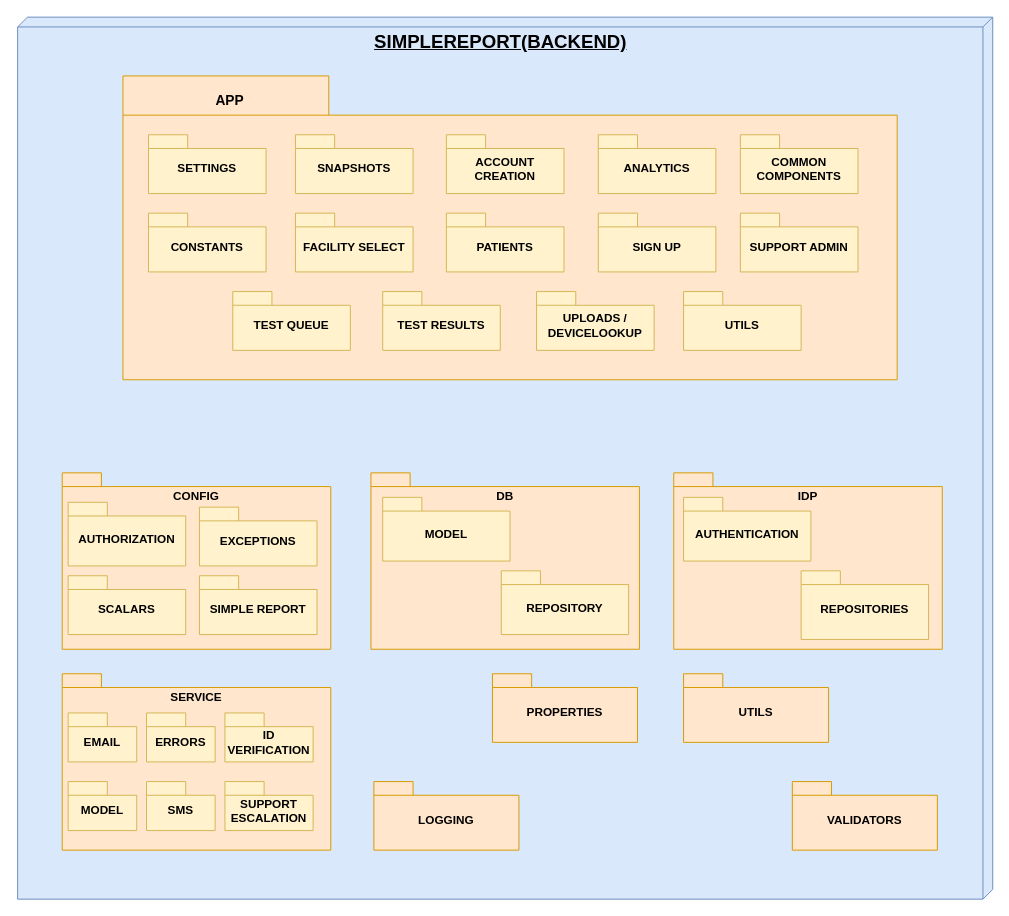
VictorSoler05/DRAW_IO keeps this draw.io diagram as VISTA DE DESARROLLO AISS FRONT.drawio. Above is the earlier version. Source tidied: cells renumbered, new cells numbered last; positions are measured from the earlier drawing's top-left corner, leaving out a move shared by most shapes. Both pictures are drawn from the tidied source at 98%, with x=0, y=0 at pixel (17, 17).
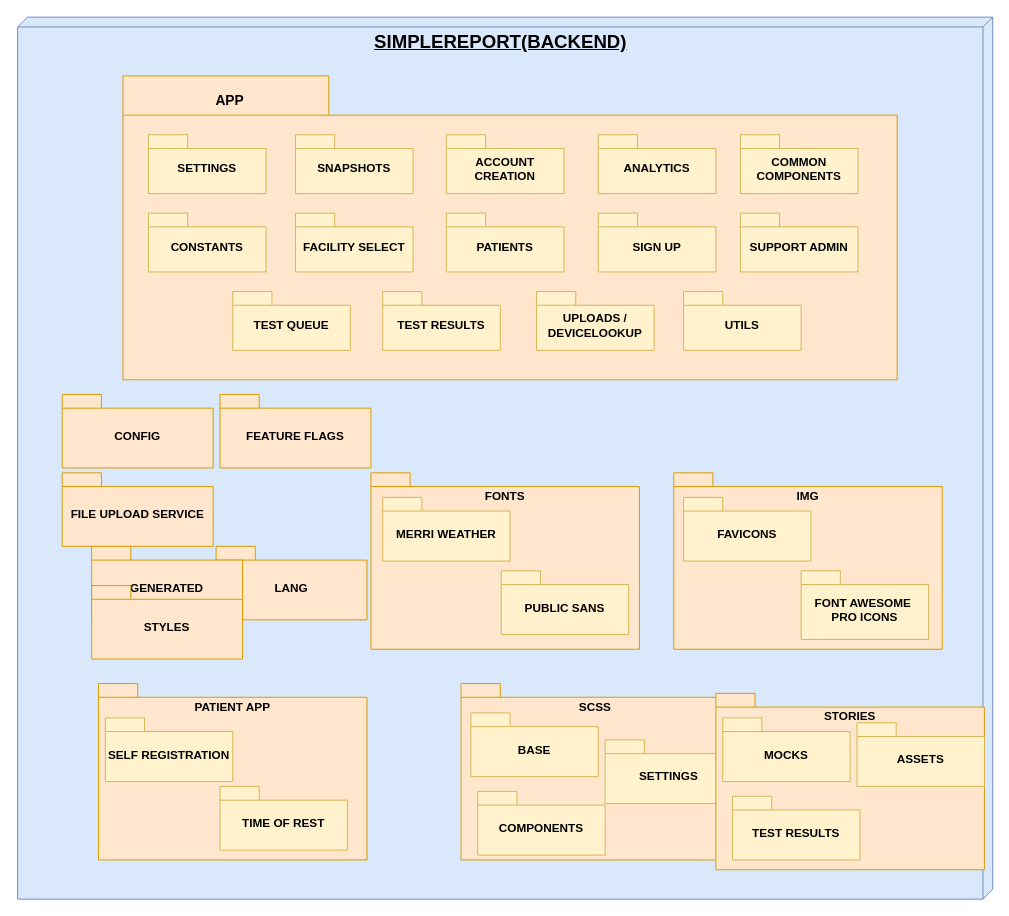
The same diagram, later.

What changed in the source:
```diff
@@
-    <mxCell id="3" value="LOGGING" style="shape=folder;fontStyle=1;spacingTop=10;tabWidth=40;tabHeight=14;tabPosition=left;html=1;whiteSpace=wrap;verticalAlign=middle;fillColor=#ffe6cc;strokeColor=#d79b00;" parent="1" vertex="1">
-      <mxGeometry x="364" y="780" width="148" height="70" as="geometry" />
-    </mxCell>
-    <mxCell id="4" value="IDP" style="shape=folder;fontStyle=1;spacingTop=10;tabWidth=40;tabHeight=14;tabPosition=left;html=1;whiteSpace=wrap;verticalAlign=top;fillColor=#ffe6cc;strokeColor=#d79b00;" parent="1" vertex="1">
+    <mxCell id="4" value="IMG" style="shape=folder;fontStyle=1;spacingTop=10;tabWidth=40;tabHeight=14;tabPosition=left;html=1;whiteSpace=wrap;verticalAlign=top;fillColor=#ffe6cc;strokeColor=#d79b00;" parent="1" vertex="1">
       <mxGeometry x="670" y="465" width="274" height="180" as="geometry" />
     </mxCell>
-    <mxCell id="5" value="DB" style="shape=folder;fontStyle=1;spacingTop=10;tabWidth=40;tabHeight=14;tabPosition=left;html=1;whiteSpace=wrap;verticalAlign=top;fillColor=#ffe6cc;strokeColor=#d79b00;" parent="1" vertex="1">
+    <mxCell id="5" value="FONTS" style="shape=folder;fontStyle=1;spacingTop=10;tabWidth=40;tabHeight=14;tabPosition=left;html=1;whiteSpace=wrap;verticalAlign=top;fillColor=#ffe6cc;strokeColor=#d79b00;" parent="1" vertex="1">
       <mxGeometry x="361" y="465" width="274" height="180" as="geometry" />
     </mxCell>
-    <mxCell id="6" value="CONFIG" style="shape=folder;fontStyle=1;spacingTop=10;tabWidth=40;tabHeight=14;tabPosition=left;html=1;whiteSpace=wrap;verticalAlign=top;fillColor=#ffe6cc;strokeColor=#d79b00;" parent="1" vertex="1">
-      <mxGeometry x="46" y="465" width="274" height="180" as="geometry" />
+    <mxCell id="6" value="CONFIG" style="shape=folder;fontStyle=1;spacingTop=10;tabWidth=40;tabHeight=14;tabPosition=left;html=1;whiteSpace=wrap;verticalAlign=middle;fillColor=#ffe6cc;strokeColor=#d79b00;" parent="1" vertex="1">
+      <mxGeometry x="46" y="385" width="154" height="75" as="geometry" />
     </mxCell>
@@
-    <mxCell id="8" value="SERVICE" style="shape=folder;fontStyle=1;spacingTop=10;tabWidth=40;tabHeight=14;tabPosition=left;html=1;whiteSpace=wrap;verticalAlign=top;fillColor=#ffe6cc;strokeColor=#d79b00;" parent="1" vertex="1">
-      <mxGeometry x="46" y="670" width="274" height="180" as="geometry" />
-    </mxCell>
-    <mxCell id="9" value="EMAIL" style="shape=folder;fontStyle=1;spacingTop=10;tabWidth=40;tabHeight=14;tabPosition=left;html=1;whiteSpace=wrap;fillColor=#fff2cc;strokeColor=#d6b656;" parent="1" vertex="1">
-      <mxGeometry x="52" y="710" width="70" height="50" as="geometry" />
-    </mxCell>
-    <mxCell id="10" value="ERRORS" style="shape=folder;fontStyle=1;spacingTop=10;tabWidth=40;tabHeight=14;tabPosition=left;html=1;whiteSpace=wrap;fillColor=#fff2cc;strokeColor=#d6b656;" parent="1" vertex="1">
-      <mxGeometry x="132" y="710" width="70" height="50" as="geometry" />
-    </mxCell>
-    <mxCell id="11" value="ID VERIFICATION" style="shape=folder;fontStyle=1;spacingTop=10;tabWidth=40;tabHeight=14;tabPosition=left;html=1;whiteSpace=wrap;fillColor=#fff2cc;strokeColor=#d6b656;" parent="1" vertex="1">
-      <mxGeometry x="212" y="710" width="90" height="50" as="geometry" />
-    </mxCell>
-    <mxCell id="12" value="MODEL" style="shape=folder;fontStyle=1;spacingTop=10;tabWidth=40;tabHeight=14;tabPosition=left;html=1;whiteSpace=wrap;fillColor=#fff2cc;strokeColor=#d6b656;" parent="1" vertex="1">
-      <mxGeometry x="52" y="780" width="70" height="50" as="geometry" />
-    </mxCell>
-    <mxCell id="13" value="SMS" style="shape=folder;fontStyle=1;spacingTop=10;tabWidth=40;tabHeight=14;tabPosition=left;html=1;whiteSpace=wrap;fillColor=#fff2cc;strokeColor=#d6b656;" parent="1" vertex="1">
-      <mxGeometry x="132" y="780" width="70" height="50" as="geometry" />
-    </mxCell>
-    <mxCell id="14" value="SUPPORT ESCALATION" style="shape=folder;fontStyle=1;spacingTop=10;tabWidth=40;tabHeight=14;tabPosition=left;html=1;whiteSpace=wrap;fillColor=#fff2cc;strokeColor=#d6b656;" parent="1" vertex="1">
-      <mxGeometry x="212" y="780" width="90" height="50" as="geometry" />
-    </mxCell>
-    <mxCell id="15" value="AUTHENTICATION" style="shape=folder;fontStyle=1;spacingTop=10;tabWidth=40;tabHeight=14;tabPosition=left;html=1;whiteSpace=wrap;fillColor=#fff2cc;strokeColor=#d6b656;" parent="1" vertex="1">
+    <mxCell id="15" value="FAVICONS" style="shape=folder;fontStyle=1;spacingTop=10;tabWidth=40;tabHeight=14;tabPosition=left;html=1;whiteSpace=wrap;fillColor=#fff2cc;strokeColor=#d6b656;" parent="1" vertex="1">
       <mxGeometry x="680" y="490" width="130" height="65" as="geometry" />
     </mxCell>
-    <mxCell id="16" value="REPOSITORIES" style="shape=folder;fontStyle=1;spacingTop=10;tabWidth=40;tabHeight=14;tabPosition=left;html=1;whiteSpace=wrap;fillColor=#fff2cc;strokeColor=#d6b656;" parent="1" vertex="1">
+    <mxCell id="16" value="FONT AWESOME&amp;nbsp; PRO ICONS" style="shape=folder;fontStyle=1;spacingTop=10;tabWidth=40;tabHeight=14;tabPosition=left;html=1;whiteSpace=wrap;fillColor=#fff2cc;strokeColor=#d6b656;" parent="1" vertex="1">
       <mxGeometry x="800" y="565" width="130" height="70" as="geometry" />
     </mxCell>
-    <mxCell id="17" value="REPOSITORY" style="shape=folder;fontStyle=1;spacingTop=10;tabWidth=40;tabHeight=14;tabPosition=left;html=1;whiteSpace=wrap;fillColor=#fff2cc;strokeColor=#d6b656;" parent="1" vertex="1">
+    <mxCell id="17" value="PUBLIC SANS" style="shape=folder;fontStyle=1;spacingTop=10;tabWidth=40;tabHeight=14;tabPosition=left;html=1;whiteSpace=wrap;fillColor=#fff2cc;strokeColor=#d6b656;" parent="1" vertex="1">
       <mxGeometry x="494" y="565" width="130" height="65" as="geometry" />
     </mxCell>
-    <mxCell id="18" value="MODEL" style="shape=folder;fontStyle=1;spacingTop=10;tabWidth=40;tabHeight=14;tabPosition=left;html=1;whiteSpace=wrap;fillColor=#fff2cc;strokeColor=#d6b656;" parent="1" vertex="1">
+    <mxCell id="18" value="MERRI WEATHER" style="shape=folder;fontStyle=1;spacingTop=10;tabWidth=40;tabHeight=14;tabPosition=left;html=1;whiteSpace=wrap;fillColor=#fff2cc;strokeColor=#d6b656;" parent="1" vertex="1">
       <mxGeometry x="373" y="490" width="130" height="65" as="geometry" />
     </mxCell>
-    <mxCell id="19" value="AUTHORIZATION" style="shape=folder;fontStyle=1;spacingTop=10;tabWidth=40;tabHeight=14;tabPosition=left;html=1;whiteSpace=wrap;fillColor=#fff2cc;strokeColor=#d6b656;" parent="1" vertex="1">
-      <mxGeometry x="52" y="495" width="120" height="65" as="geometry" />
-    </mxCell>
-    <mxCell id="20" value="SCALARS" style="shape=folder;fontStyle=1;spacingTop=10;tabWidth=40;tabHeight=14;tabPosition=left;html=1;whiteSpace=wrap;fillColor=#fff2cc;strokeColor=#d6b656;" parent="1" vertex="1">
-      <mxGeometry x="52" y="570" width="120" height="60" as="geometry" />
-    </mxCell>
-    <mxCell id="21" value="SIMPLE REPORT" style="shape=folder;fontStyle=1;spacingTop=10;tabWidth=40;tabHeight=14;tabPosition=left;html=1;whiteSpace=wrap;fillColor=#fff2cc;strokeColor=#d6b656;" parent="1" vertex="1">
-      <mxGeometry x="186" y="570" width="120" height="60" as="geometry" />
-    </mxCell>
-    <mxCell id="22" value="EXCEPTIONS" style="shape=folder;fontStyle=1;spacingTop=10;tabWidth=40;tabHeight=14;tabPosition=left;html=1;whiteSpace=wrap;fillColor=#fff2cc;strokeColor=#d6b656;" parent="1" vertex="1">
-      <mxGeometry x="186" y="500" width="120" height="60" as="geometry" />
-    </mxCell>
@@
-    <mxCell id="37" value="UTILS" style="shape=folder;fontStyle=1;spacingTop=10;tabWidth=40;tabHeight=14;tabPosition=left;html=1;whiteSpace=wrap;verticalAlign=middle;fillColor=#ffe6cc;strokeColor=#d79b00;" parent="1" vertex="1">
-      <mxGeometry x="680" y="670" width="148" height="70" as="geometry" />
-    </mxCell>
-    <mxCell id="38" value="VALIDATORS" style="shape=folder;fontStyle=1;spacingTop=10;tabWidth=40;tabHeight=14;tabPosition=left;html=1;whiteSpace=wrap;verticalAlign=middle;fillColor=#ffe6cc;strokeColor=#d79b00;" parent="1" vertex="1">
-      <mxGeometry x="791" y="780" width="148" height="70" as="geometry" />
-    </mxCell>
-    <mxCell id="39" value="PROPERTIES" style="shape=folder;fontStyle=1;spacingTop=10;tabWidth=40;tabHeight=14;tabPosition=left;html=1;whiteSpace=wrap;verticalAlign=middle;fillColor=#ffe6cc;strokeColor=#d79b00;" parent="1" vertex="1">
-      <mxGeometry x="485" y="670" width="148" height="70" as="geometry" />
-    </mxCell>
+    <mxCell id="40" value="FILE UPLOAD SERVICE" style="shape=folder;fontStyle=1;spacingTop=10;tabWidth=40;tabHeight=14;tabPosition=left;html=1;whiteSpace=wrap;verticalAlign=middle;fillColor=#ffe6cc;strokeColor=#d79b00;" parent="1" vertex="1">
+      <mxGeometry x="46" y="465" width="154" height="75" as="geometry" />
+    </mxCell>
+    <mxCell id="41" value="FEATURE FLAGS" style="shape=folder;fontStyle=1;spacingTop=10;tabWidth=40;tabHeight=14;tabPosition=left;html=1;whiteSpace=wrap;verticalAlign=middle;fillColor=#ffe6cc;strokeColor=#d79b00;" parent="1" vertex="1">
+      <mxGeometry x="207" y="385" width="154" height="75" as="geometry" />
+    </mxCell>
+    <mxCell id="42" value="LANG" style="shape=folder;fontStyle=1;spacingTop=10;tabWidth=40;tabHeight=14;tabPosition=left;html=1;whiteSpace=wrap;verticalAlign=middle;fillColor=#ffe6cc;strokeColor=#d79b00;" parent="1" vertex="1">
+      <mxGeometry x="203" y="540" width="154" height="75" as="geometry" />
+    </mxCell>
+    <mxCell id="43" value="GENERATED" style="shape=folder;fontStyle=1;spacingTop=10;tabWidth=40;tabHeight=14;tabPosition=left;html=1;whiteSpace=wrap;verticalAlign=middle;fillColor=#ffe6cc;strokeColor=#d79b00;" parent="1" vertex="1">
+      <mxGeometry x="76" y="540" width="154" height="75" as="geometry" />
+    </mxCell>
+    <mxCell id="44" value="PATIENT APP" style="shape=folder;fontStyle=1;spacingTop=10;tabWidth=40;tabHeight=14;tabPosition=left;html=1;whiteSpace=wrap;verticalAlign=top;fillColor=#ffe6cc;strokeColor=#d79b00;" parent="1" vertex="1">
+      <mxGeometry x="83" y="680" width="274" height="180" as="geometry" />
+    </mxCell>
+    <mxCell id="45" value="STYLES" style="shape=folder;fontStyle=1;spacingTop=10;tabWidth=40;tabHeight=14;tabPosition=left;html=1;whiteSpace=wrap;verticalAlign=middle;fillColor=#ffe6cc;strokeColor=#d79b00;" parent="1" vertex="1">
+      <mxGeometry x="76" y="580" width="154" height="75" as="geometry" />
+    </mxCell>
+    <mxCell id="46" value="TIME OF REST" style="shape=folder;fontStyle=1;spacingTop=10;tabWidth=40;tabHeight=14;tabPosition=left;html=1;whiteSpace=wrap;fillColor=#fff2cc;strokeColor=#d6b656;" parent="1" vertex="1">
+      <mxGeometry x="207" y="785" width="130" height="65" as="geometry" />
+    </mxCell>
+    <mxCell id="47" value="SELF REGISTRATION" style="shape=folder;fontStyle=1;spacingTop=10;tabWidth=40;tabHeight=14;tabPosition=left;html=1;whiteSpace=wrap;fillColor=#fff2cc;strokeColor=#d6b656;" parent="1" vertex="1">
+      <mxGeometry x="90" y="715" width="130" height="65" as="geometry" />
+    </mxCell>
+    <mxCell id="48" value="SCSS" style="shape=folder;fontStyle=1;spacingTop=10;tabWidth=40;tabHeight=14;tabPosition=left;html=1;whiteSpace=wrap;verticalAlign=top;fillColor=#ffe6cc;strokeColor=#d79b00;" parent="1" vertex="1">
+      <mxGeometry x="453" y="680" width="274" height="180" as="geometry" />
+    </mxCell>
+    <mxCell id="49" value="SETTINGS" style="shape=folder;fontStyle=1;spacingTop=10;tabWidth=40;tabHeight=14;tabPosition=left;html=1;whiteSpace=wrap;fillColor=#fff2cc;strokeColor=#d6b656;" parent="1" vertex="1">
+      <mxGeometry x="600" y="737.5" width="130" height="65" as="geometry" />
+    </mxCell>
+    <mxCell id="50" value="COMPONENTS" style="shape=folder;fontStyle=1;spacingTop=10;tabWidth=40;tabHeight=14;tabPosition=left;html=1;whiteSpace=wrap;fillColor=#fff2cc;strokeColor=#d6b656;" parent="1" vertex="1">
+      <mxGeometry x="470" y="790" width="130" height="65" as="geometry" />
+    </mxCell>
+    <mxCell id="51" value="BASE" style="shape=folder;fontStyle=1;spacingTop=10;tabWidth=40;tabHeight=14;tabPosition=left;html=1;whiteSpace=wrap;fillColor=#fff2cc;strokeColor=#d6b656;" parent="1" vertex="1">
+      <mxGeometry x="463" y="710" width="130" height="65" as="geometry" />
+    </mxCell>
+    <mxCell id="52" value="STORIES" style="shape=folder;fontStyle=1;spacingTop=10;tabWidth=40;tabHeight=14;tabPosition=left;html=1;whiteSpace=wrap;verticalAlign=top;fillColor=#ffe6cc;strokeColor=#d79b00;" parent="1" vertex="1">
+      <mxGeometry x="713" y="690" width="274" height="180" as="geometry" />
+    </mxCell>
+    <mxCell id="53" value="TEST RESULTS" style="shape=folder;fontStyle=1;spacingTop=10;tabWidth=40;tabHeight=14;tabPosition=left;html=1;whiteSpace=wrap;fillColor=#fff2cc;strokeColor=#d6b656;" parent="1" vertex="1">
+      <mxGeometry x="730" y="795" width="130" height="65" as="geometry" />
+    </mxCell>
+    <mxCell id="54" value="ASSETS" style="shape=folder;fontStyle=1;spacingTop=10;tabWidth=40;tabHeight=14;tabPosition=left;html=1;whiteSpace=wrap;fillColor=#fff2cc;strokeColor=#d6b656;" parent="1" vertex="1">
+      <mxGeometry x="857" y="720" width="130" height="65" as="geometry" />
+    </mxCell>
+    <mxCell id="55" value="MOCKS" style="shape=folder;fontStyle=1;spacingTop=10;tabWidth=40;tabHeight=14;tabPosition=left;html=1;whiteSpace=wrap;fillColor=#fff2cc;strokeColor=#d6b656;" parent="1" vertex="1">
+      <mxGeometry x="720" y="715" width="130" height="65" as="geometry" />
+    </mxCell>
```
